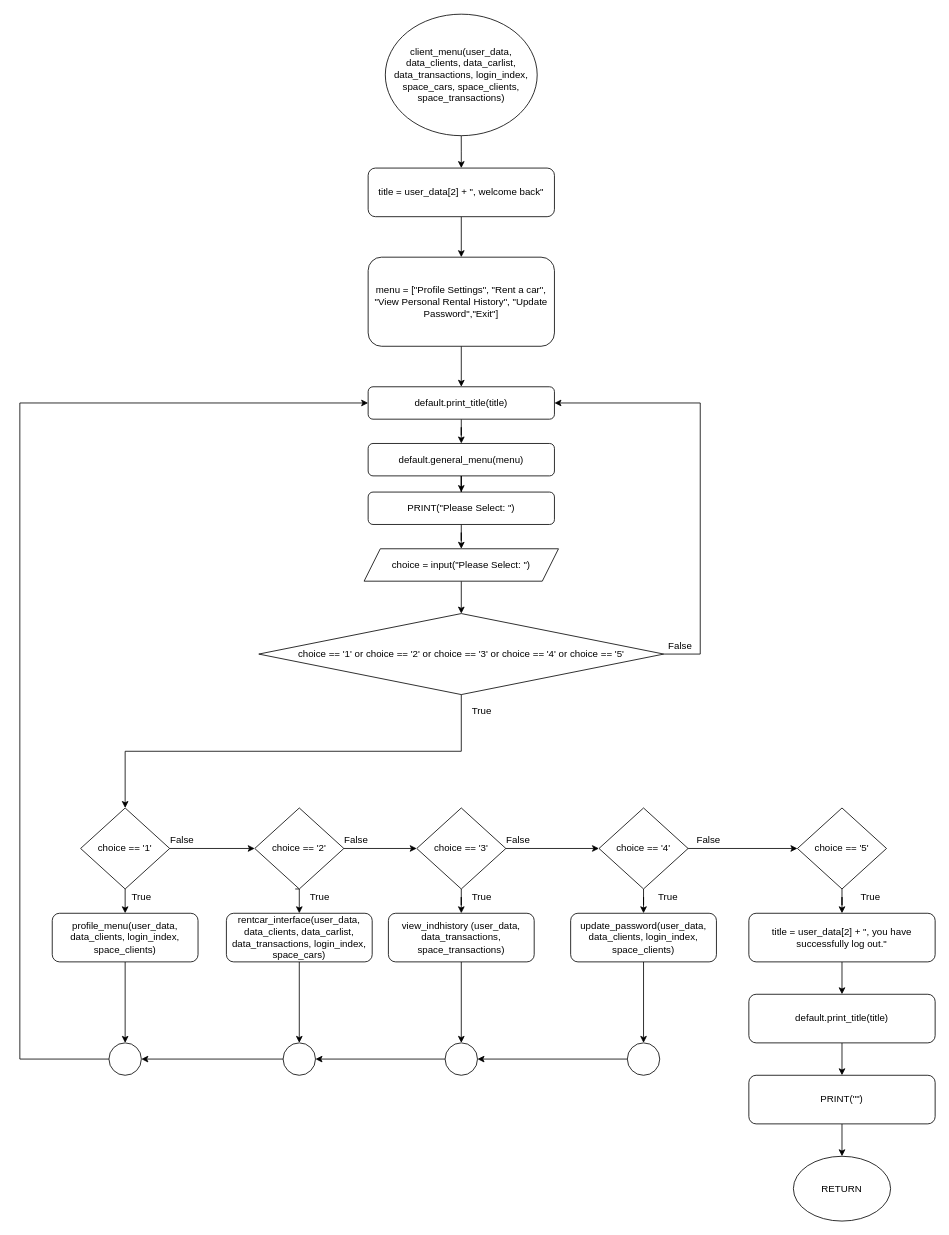
Before: Flowchart/clients/client_menu.drawio in RabbitBear00/Car-Rental-System, a draw.io diagram. Source tidied: cells renumbered, new cells numbered last; positions are measured from the earlier drawing's top-left corner, leaving out a move shared by most shapes. Both pictures are drawn from the tidied source at 81%, with x=0, y=0 at pixel (19, 14).
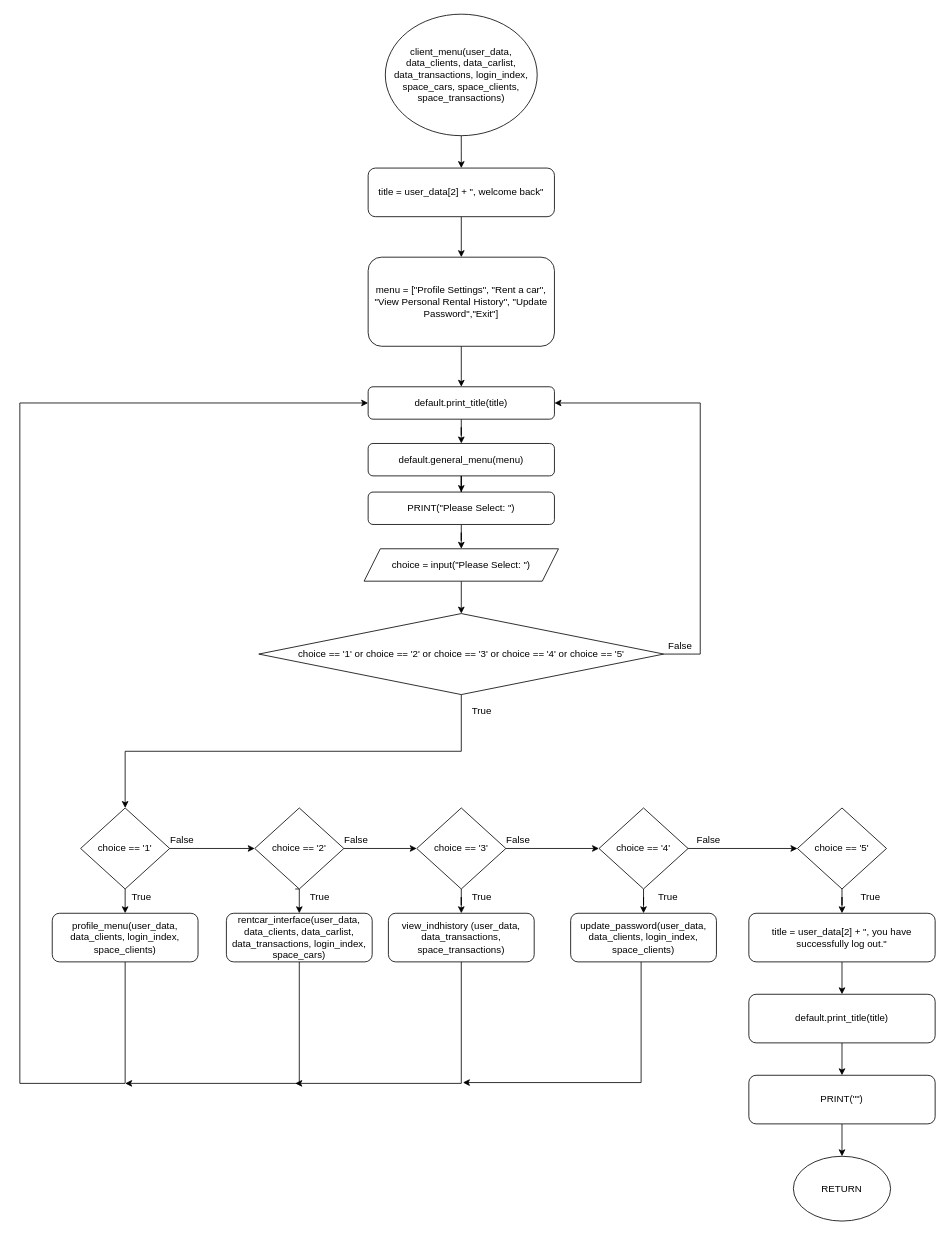
After the change.

The change refers to these unchanged cells:
```xml
<mxCell id="33" value="profile_menu(user_data, data_clients, login_index, space_clients)" style="rounded=1;whiteSpace=wrap;html=1;" parent="1" vertex="1">
  <mxGeometry x="40" y="1110" width="180" height="60" as="geometry" />
</mxCell>
<mxCell id="35" value="rentcar_interface(user_data, data_clients, data_carlist, data_transactions, login_index, space_cars)" style="rounded=1;whiteSpace=wrap;html=1;" parent="1" vertex="1">
  <mxGeometry x="255" y="1110" width="180" height="60" as="geometry" />
</mxCell>
<mxCell id="37" value="&lt;div&gt;&lt;span&gt;view_indhistory (user_data, data_transactions, space_transactions)&lt;/span&gt;&lt;/div&gt;" style="rounded=1;whiteSpace=wrap;html=1;align=center;" parent="1" vertex="1">
  <mxGeometry x="455" y="1110" width="180" height="60" as="geometry" />
</mxCell>
<mxCell id="39" value="update_password(user_data, data_clients, login_index, space_clients)" style="rounded=1;whiteSpace=wrap;html=1;" parent="1" vertex="1">
  <mxGeometry x="680" y="1110" width="180" height="60" as="geometry" />
</mxCell>
<mxCell id="41" value="default.print_title(title)" style="rounded=1;whiteSpace=wrap;html=1;" parent="1" vertex="1">
  <mxGeometry x="430" y="460" width="230" height="40" as="geometry" />
</mxCell>
```

Change to the diagram source:
```diff
@@
-    <mxCell id="32" style="edgeStyle=orthogonalEdgeStyle;rounded=0;jettySize=auto;html=1;entryX=0.5;entryY=0;entryDx=0;entryDy=0;startArrow=none;startFill=0;endArrow=classic;endFill=1;" parent="1" edge="1" source="33" target="45">
-      <mxGeometry relative="1" as="geometry" />
+    <mxCell id="32" style="edgeStyle=orthogonalEdgeStyle;rounded=0;jettySize=auto;html=1;entryX=0;entryY=0.5;entryDx=0;entryDy=0;startArrow=none;startFill=0;endArrow=classic;endFill=1;" parent="1" edge="1" source="33" target="41">
+      <mxGeometry relative="1" as="geometry">
+        <Array as="points">
+          <mxPoint x="130" y="1320" />
+          <mxPoint y="1320" />
+          <mxPoint y="480" />
+        </Array>
+      </mxGeometry>
     </mxCell>
@@
-    <mxCell id="34" style="edgeStyle=orthogonalEdgeStyle;rounded=0;jettySize=auto;html=1;startArrow=none;startFill=0;endArrow=classic;endFill=1;" parent="1" edge="1" source="35" target="47">
-      <mxGeometry relative="1" as="geometry" />
+    <mxCell id="34" style="edgeStyle=orthogonalEdgeStyle;rounded=0;jettySize=auto;html=1;startArrow=none;startFill=0;endArrow=classic;endFill=1;" parent="1" edge="1" source="35">
+      <mxGeometry relative="1" as="geometry">
+        <mxPoint x="130" y="1320" as="targetPoint" />
+        <Array as="points">
+          <mxPoint x="345" y="1320" />
+        </Array>
+      </mxGeometry>
     </mxCell>
@@
-    <mxCell id="36" style="edgeStyle=orthogonalEdgeStyle;rounded=0;jettySize=auto;html=1;startArrow=none;startFill=0;endArrow=classic;endFill=1;" parent="1" edge="1" source="37" target="49">
-      <mxGeometry relative="1" as="geometry" />
-    </mxCell>
+    <mxCell id="67" style="edgeStyle=orthogonalEdgeStyle;rounded=0;jettySize=auto;html=1;" parent="1" edge="1" source="37">
+      <mxGeometry relative="1" as="geometry">
+        <mxPoint x="340" y="1320" as="targetPoint" />
+        <Array as="points">
+          <mxPoint x="545" y="1320" />
+        </Array>
+      </mxGeometry>
+    </mxCell>
@@
-    <mxCell id="38" style="edgeStyle=orthogonalEdgeStyle;rounded=0;jettySize=auto;html=1;startArrow=none;startFill=0;endArrow=classic;endFill=1;" parent="1" edge="1" source="39" target="51">
-      <mxGeometry relative="1" as="geometry" />
+    <mxCell id="38" style="edgeStyle=orthogonalEdgeStyle;rounded=0;orthogonalLoop=1;jettySize=auto;html=1;startArrow=none;startFill=0;endArrow=classic;endFill=1;" parent="1" edge="1">
+      <mxGeometry relative="1" as="geometry">
+        <mxPoint x="767" y="1169" as="sourcePoint" />
+        <mxPoint x="547" y="1319" as="targetPoint" />
+        <Array as="points">
+          <mxPoint x="767" y="1319" />
+        </Array>
+      </mxGeometry>
     </mxCell>
@@
-    <mxCell id="44" style="edgeStyle=orthogonalEdgeStyle;rounded=0;jettySize=auto;html=1;entryX=0;entryY=0.5;entryDx=0;entryDy=0;startArrow=none;startFill=0;endArrow=classic;endFill=1;" parent="1" edge="1" source="45" target="41">
-      <mxGeometry relative="1" as="geometry">
-        <Array as="points">
-          <mxPoint y="1290" />
-          <mxPoint y="480" />
-        </Array>
-      </mxGeometry>
-    </mxCell>
-    <mxCell id="45" style="ellipse;whiteSpace=wrap;html=1;" parent="1" vertex="1">
-      <mxGeometry x="110" y="1270" width="40" height="40" as="geometry" />
-    </mxCell>
-    <mxCell id="46" style="edgeStyle=orthogonalEdgeStyle;rounded=0;jettySize=auto;html=1;startArrow=none;startFill=0;endArrow=classic;endFill=1;entryX=1;entryY=0.5;entryDx=0;entryDy=0;" parent="1" edge="1" source="47" target="45">
-      <mxGeometry relative="1" as="geometry" />
-    </mxCell>
-    <mxCell id="47" style="ellipse;whiteSpace=wrap;html=1;" parent="1" vertex="1">
-      <mxGeometry x="325" y="1270" width="40" height="40" as="geometry" />
-    </mxCell>
-    <mxCell id="48" style="edgeStyle=orthogonalEdgeStyle;rounded=0;jettySize=auto;html=1;entryX=1;entryY=0.5;entryDx=0;entryDy=0;startArrow=none;startFill=0;endArrow=classic;endFill=1;" parent="1" edge="1" source="49" target="47">
-      <mxGeometry relative="1" as="geometry" />
-    </mxCell>
-    <mxCell id="49" style="ellipse;whiteSpace=wrap;html=1;" parent="1" vertex="1">
-      <mxGeometry x="525" y="1270" width="40" height="40" as="geometry" />
-    </mxCell>
-    <mxCell id="50" style="edgeStyle=orthogonalEdgeStyle;rounded=0;jettySize=auto;html=1;entryX=1;entryY=0.5;entryDx=0;entryDy=0;startArrow=none;startFill=0;endArrow=classic;endFill=1;" parent="1" edge="1" source="51" target="49">
-      <mxGeometry relative="1" as="geometry" />
-    </mxCell>
-    <mxCell id="51" style="ellipse;whiteSpace=wrap;html=1;" parent="1" vertex="1">
-      <mxGeometry x="750" y="1270" width="40" height="40" as="geometry" />
-    </mxCell>
```
